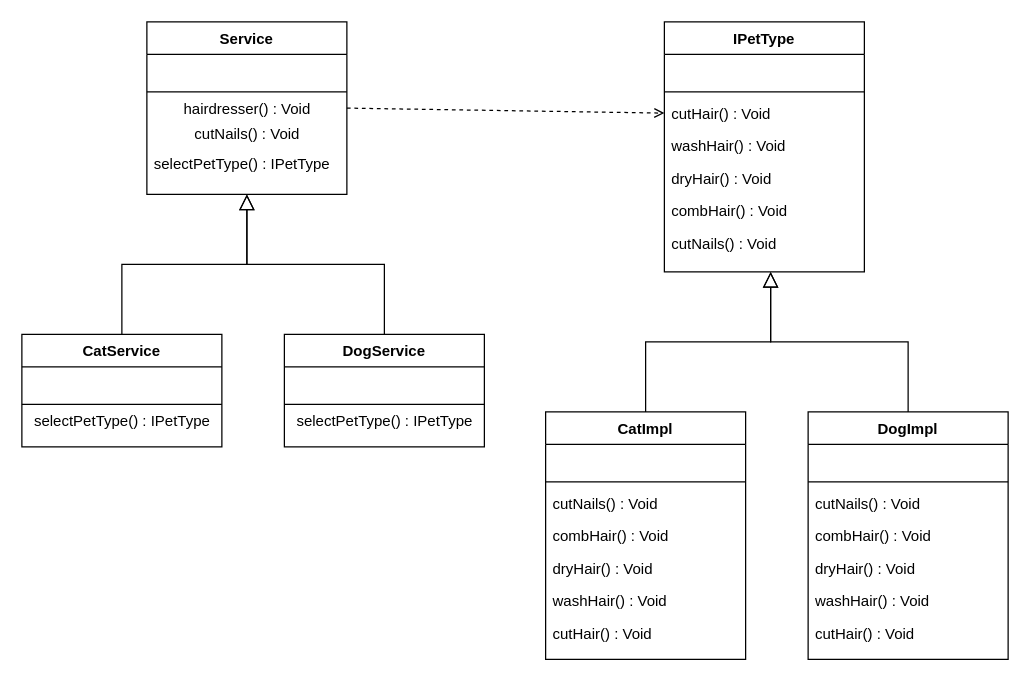
This is src/main/resources/diagrams/FactoryMethodDiagram.drawio from johnreyes96/design-patterns, a draw.io file, before an edit. Source tidied: cells renumbered, new cells numbered last; positions are measured from the earlier drawing's top-left corner, leaving out a move shared by most shapes. Both pictures are drawn from the tidied source at 125%, with x=0, y=0 at pixel (21, 21).
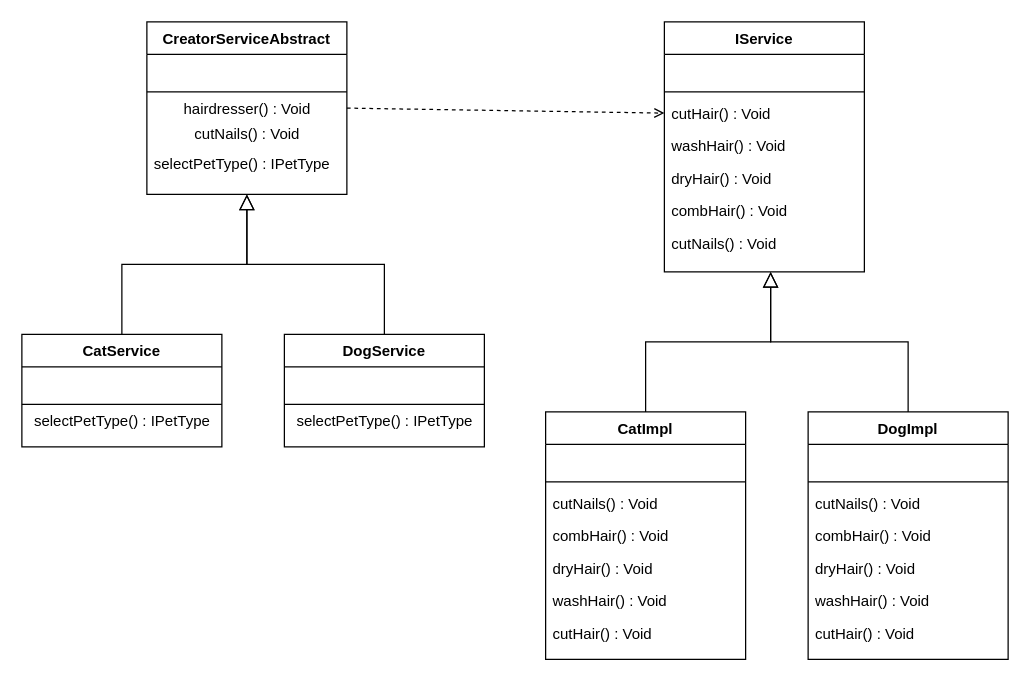
Above is the later version.

What changed in the source:
```diff
@@
-    <mxCell id="2" value="Service" style="swimlane;fontStyle=1;align=center;verticalAlign=top;horizontal=1;startSize=26;rounded=0;shadow=0;strokeWidth=1;" parent="1" vertex="1">
+    <mxCell id="2" value="CreatorServiceAbstract" style="swimlane;fontStyle=1;align=center;verticalAlign=top;horizontal=1;startSize=26;rounded=0;shadow=0;strokeWidth=1;" parent="1" vertex="1">
       <mxGeometry x="100" width="160" height="138" as="geometry" />
     </mxCell>
@@
-    <mxCell id="18" value="IPetType" style="swimlane;fontStyle=1;align=center;verticalAlign=top;horizontal=1;startSize=26;rounded=0;shadow=0;strokeWidth=1;" parent="1" vertex="1">
+    <mxCell id="18" value="IService" style="swimlane;fontStyle=1;align=center;verticalAlign=top;horizontal=1;startSize=26;rounded=0;shadow=0;strokeWidth=1;" parent="1" vertex="1">
       <mxGeometry x="514" width="160" height="200" as="geometry" />
     </mxCell>
```
